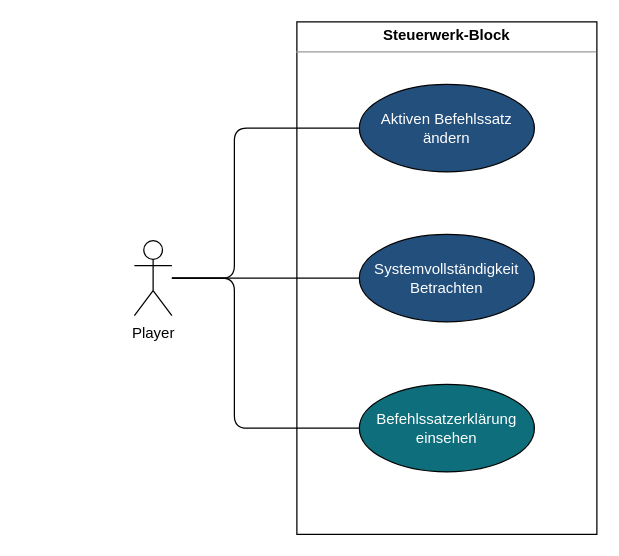
LundiNord/RISCJ-Diagramms keeps this draw.io diagram as Steuerwerk.block.drawio. Above is the earlier version. Source tidied: cells renumbered, new cells numbered last; positions are measured from the earlier drawing's top-left corner, leaving out a move shared by most shapes. Both pictures are drawn from the tidied source at 125%, with x=0, y=0 at pixel (134, 21).
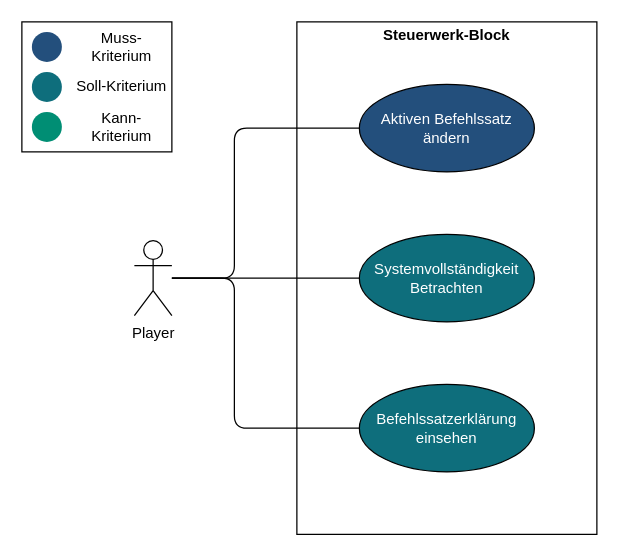
Above is the later version.

The edit, as a diff of the source:
```diff
@@
-    <mxCell id="2" value="&lt;p style=&quot;margin: 0px ; margin-top: 4px ; text-align: center&quot;&gt;&lt;b&gt;Steuerwerk-Block&lt;/b&gt;&lt;/p&gt;&lt;hr size=&quot;1&quot;&gt;&lt;div style=&quot;height: 2px&quot;&gt;&lt;/div&gt;" style="verticalAlign=top;align=left;overflow=fill;fontSize=12;fontFamily=Helvetica;html=1;" parent="1" vertex="1">
+    <mxCell id="2" value="&lt;p style=&quot;margin: 0px ; margin-top: 4px ; text-align: center&quot;&gt;&lt;b&gt;Steuerwerk-Block&lt;/b&gt;&lt;/p&gt;&lt;div style=&quot;height: 2px&quot;&gt;&lt;/div&gt;" style="verticalAlign=top;align=left;overflow=fill;fontSize=12;fontFamily=Helvetica;html=1;" parent="1" vertex="1">
       <mxGeometry x="130" width="240" height="410" as="geometry" />
     </mxCell>
@@
-    <mxCell id="8" value="Systemvollständigkeit&lt;br&gt;Betrachten" style="ellipse;whiteSpace=wrap;html=1;fillColor=#234f7c;fontColor=#FFFFFF;" parent="1" vertex="1">
+    <mxCell id="8" value="Systemvollständigkeit&lt;br&gt;Betrachten" style="ellipse;whiteSpace=wrap;html=1;fillColor=#0E6E7C;fontColor=#FFFFFF;" parent="1" vertex="1">
       <mxGeometry x="180" y="170" width="140" height="70" as="geometry" />
     </mxCell>
@@
+    <mxCell id="10" style="group;" parent="1" vertex="1">
+      <mxGeometry x="-90" width="120" height="104" as="geometry" />
+    </mxCell>
+    <mxCell id="11" style="ellipse;whiteSpace=wrap;html=1;strokeColor=none;fillColor=#234F7C;" parent="10" vertex="1">
+      <mxGeometry x="8" y="8" width="24" height="24" as="geometry" />
+    </mxCell>
+    <mxCell id="12" style="ellipse;whiteSpace=wrap;html=1;strokeColor=none;fillColor=#0E6E7C;" parent="10" vertex="1">
+      <mxGeometry x="8" y="40" width="24" height="24" as="geometry" />
+    </mxCell>
+    <mxCell id="13" style="ellipse;whiteSpace=wrap;html=1;strokeColor=none;fillColor=#008E74;" parent="10" vertex="1">
+      <mxGeometry x="8" y="72" width="24" height="24" as="geometry" />
+    </mxCell>
+    <mxCell id="14" value="Muss-Kriterium" style="text;html=1;strokeColor=none;fillColor=none;align=center;verticalAlign=middle;whiteSpace=wrap;rounded=0;" parent="10" vertex="1">
+      <mxGeometry x="40" y="8" width="80" height="24" as="geometry" />
+    </mxCell>
+    <mxCell id="15" value="Soll-Kriterium" style="text;html=1;strokeColor=none;fillColor=none;align=center;verticalAlign=middle;whiteSpace=wrap;rounded=0;" parent="10" vertex="1">
+      <mxGeometry x="40" y="40" width="80" height="24" as="geometry" />
+    </mxCell>
+    <mxCell id="16" value="Kann-Kriterium" style="text;html=1;strokeColor=none;fillColor=none;align=center;verticalAlign=middle;whiteSpace=wrap;rounded=0;" parent="10" vertex="1">
+      <mxGeometry x="40" y="72" width="80" height="24" as="geometry" />
+    </mxCell>
+    <mxCell id="17" style="rounded=0;whiteSpace=wrap;html=1;fillColor=none;" parent="10" vertex="1">
+      <mxGeometry width="120" height="104" as="geometry" />
+    </mxCell>
```
